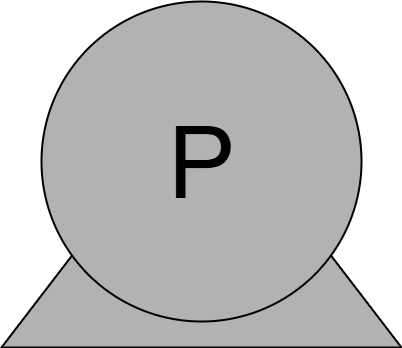
janzeg/mini-scada-frontend keeps this draw.io diagram as src/assets/images/pump.png. Above is the earlier version. Source tidied: cells renumbered, new cells last; positions are measured from the earlier drawing's top-left corner, leaving out a move shared by most shapes. Source of this version:
```xml
<mxGraphModel>
  <root>
    <mxCell id="0" />
    <mxCell id="1" parent="0" />
    <mxCell id="2" style="verticalLabelPosition=middle;verticalAlign=middle;html=1;shape=trapezoid;perimeter=trapezoidPerimeter;whiteSpace=wrap;size=0.23;arcSize=10;flipV=1;labelPosition=center;align=center;rotation=-180;fillColor=#B2B2B2;strokeWidth=2;" parent="1" vertex="1">
      <mxGeometry y="226" width="400" height="120" as="geometry" />
    </mxCell>
    <mxCell id="3" value="&lt;font style=&quot;font-size: 100px;&quot;&gt;P&lt;/font&gt;" style="ellipse;whiteSpace=wrap;html=1;strokeWidth=2;fillColor=#B2B2B2;" parent="1" vertex="1">
      <mxGeometry x="40" width="320" height="320" as="geometry" />
    </mxCell>
  </root>
</mxGraphModel>
```
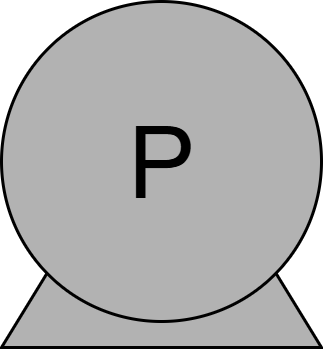
Above is the later version.

What changed in the source:
```diff
@@ -2,10 +2,10 @@
   <root>
     <mxCell id="0" />
     <mxCell id="1" parent="0" />
-    <mxCell id="2" style="verticalLabelPosition=middle;verticalAlign=middle;html=1;shape=trapezoid;perimeter=trapezoidPerimeter;whiteSpace=wrap;size=0.23;arcSize=10;flipV=1;labelPosition=center;align=center;rotation=-180;fillColor=#B2B2B2;strokeWidth=2;" parent="1" vertex="1">
-      <mxGeometry y="226" width="400" height="120" as="geometry" />
+    <mxCell id="2" style="verticalLabelPosition=middle;verticalAlign=middle;html=1;shape=trapezoid;perimeter=trapezoidPerimeter;whiteSpace=wrap;size=0.23;arcSize=10;flipV=1;labelPosition=center;align=center;rotation=-180;fillColor=#B2B2B2;strokeWidth=3;" parent="1" vertex="1">
+      <mxGeometry x="40" y="226" width="320" height="120" as="geometry" />
     </mxCell>
-    <mxCell id="3" value="&lt;font style=&quot;font-size: 100px;&quot;&gt;P&lt;/font&gt;" style="ellipse;whiteSpace=wrap;html=1;strokeWidth=2;fillColor=#B2B2B2;" parent="1" vertex="1">
+    <mxCell id="3" value="&lt;font style=&quot;font-size: 100px;&quot;&gt;P&lt;/font&gt;" style="ellipse;whiteSpace=wrap;html=1;strokeWidth=3;fillColor=#B2B2B2;" parent="1" vertex="1">
       <mxGeometry x="40" width="320" height="320" as="geometry" />
     </mxCell>
   </root>
```
